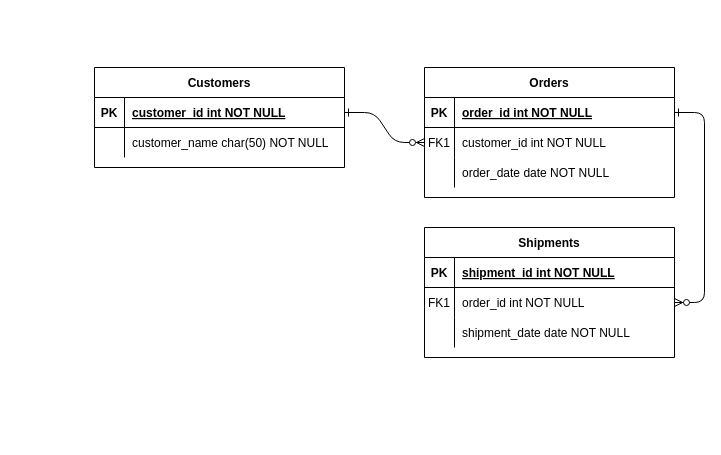
Earlier version of the draw.io diagram diagramas/Diagrama sem nome.drawio (lightdi/controleajuda). Source tidied: cells renumbered, new cells numbered last; positions are measured from the earlier drawing's top-left corner, leaving out a move shared by most shapes. Both pictures are drawn from the tidied source at 100%, with x=0, y=0 at pixel (94, 67).
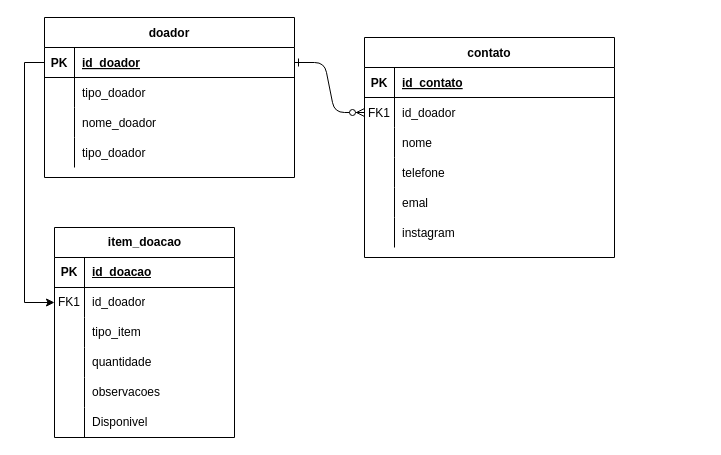
The same page after the edit.

Unchanged cells that the change refers to:
```xml
<mxCell id="5" style="shape=partialRectangle;fillColor=none;points=[[0,0.5],[1,0.5]];portConstraint=eastwest;top=0;left=0;right=0;bottom=1;" parent="4" vertex="1">
  <mxGeometry y="30" width="250" height="30" as="geometry" />
</mxCell>
<mxCell id="8" style="shape=partialRectangle;fillColor=none;points=[[0,0.5],[1,0.5]];portConstraint=eastwest;top=0;left=0;right=0;bottom=0;" parent="4" vertex="1">
  <mxGeometry y="60" width="250" height="30" as="geometry" />
</mxCell>
<mxCell id="11" style="shape=partialRectangle;fillColor=none;top=0;left=0;right=0;bottom=0;" parent="4" vertex="1">
  <mxGeometry y="90" width="250" height="30" as="geometry" />
</mxCell>
<mxCell id="25" style="shape=partialRectangle;fillColor=none;points=[[0,0.5],[1,0.5]];portConstraint=eastwest;top=0;left=0;right=0;bottom=1;" parent="24" vertex="1">
  <mxGeometry y="30" width="250" height="30" as="geometry" />
</mxCell>
<mxCell id="28" style="shape=partialRectangle;fillColor=none;top=0;left=0;right=0;bottom=0;" parent="24" vertex="1">
  <mxGeometry y="60" width="250" height="30" as="geometry" />
</mxCell>
```

The edit, as a diff of the source:
```diff
@@
-    <mxCell id="3" style="edgeStyle=entityRelationEdgeStyle;endArrow=ERzeroToMany;startArrow=ERone;endFill=1;startFill=0;" parent="1" edge="1" source="5" target="18">
-      <mxGeometry relative="1" as="geometry" />
-    </mxCell>
-    <mxCell id="4" value="Orders" style="shape=table;startSize=30;childLayout=tableLayout;rowLines=0;fontStyle=1;align=center;" parent="1" vertex="1">
-      <mxGeometry x="330" width="250" height="130" as="geometry" />
+    <mxCell id="4" value="contato" style="shape=table;startSize=30;childLayout=tableLayout;rowLines=0;fontStyle=1;align=center;" parent="1" vertex="1">
+      <mxGeometry x="270" y="-30" width="250" height="220" as="geometry" />
     </mxCell>
@@
-    <mxCell id="7" value="order_id int NOT NULL " style="shape=partialRectangle;overflow=hidden;fillColor=none;top=0;left=0;bottom=0;right=0;align=left;spacingLeft=6;fontStyle=5;" parent="5" vertex="1">
+    <mxCell id="7" value="id_contato" style="shape=partialRectangle;overflow=hidden;fillColor=none;top=0;left=0;bottom=0;right=0;align=left;spacingLeft=6;fontStyle=5;" parent="5" vertex="1">
       <mxGeometry x="30" width="220" height="30" as="geometry" />
     </mxCell>
@@
-    <mxCell id="10" value="customer_id int NOT NULL" style="shape=partialRectangle;overflow=hidden;fillColor=none;top=0;left=0;bottom=0;right=0;align=left;spacingLeft=6;" parent="8" vertex="1">
+    <mxCell id="10" value="id_doador" style="shape=partialRectangle;overflow=hidden;fillColor=none;top=0;left=0;bottom=0;right=0;align=left;spacingLeft=6;" parent="8" vertex="1">
       <mxGeometry x="30" width="220" height="30" as="geometry" />
     </mxCell>
@@
-    <mxCell id="13" value="order_date date NOT NULL" style="shape=partialRectangle;overflow=hidden;fillColor=none;top=0;left=0;bottom=0;right=0;align=left;spacingLeft=6;" parent="11" vertex="1">
+    <mxCell id="13" value="nome" style="shape=partialRectangle;overflow=hidden;fillColor=none;top=0;left=0;bottom=0;right=0;align=left;spacingLeft=6;" parent="11" vertex="1">
       <mxGeometry x="30" width="220" height="30" as="geometry" />
     </mxCell>
-    <mxCell id="14" value="Shipments" style="shape=table;startSize=30;childLayout=tableLayout;rowLines=0;fontStyle=1;align=center;" parent="1" vertex="1">
-      <mxGeometry x="330" y="160" width="250" height="130" as="geometry" />
-    </mxCell>
-    <mxCell id="15" style="shape=partialRectangle;fillColor=none;top=0;left=0;right=0;bottom=1;" parent="14" vertex="1">
-      <mxGeometry y="30" width="250" height="30" as="geometry" />
-    </mxCell>
-    <mxCell id="16" value="PK" style="shape=partialRectangle;overflow=hidden;fillColor=none;top=0;left=0;bottom=0;right=0;fontStyle=1;" parent="15" vertex="1">
-      <mxGeometry width="30" height="30" as="geometry" />
-    </mxCell>
-    <mxCell id="17" value="shipment_id int NOT NULL " style="shape=partialRectangle;overflow=hidden;fillColor=none;top=0;left=0;bottom=0;right=0;align=left;spacingLeft=6;fontStyle=5;" parent="15" vertex="1">
-      <mxGeometry x="30" width="220" height="30" as="geometry" />
-    </mxCell>
-    <mxCell id="18" style="shape=partialRectangle;fillColor=none;points=[[0,0.5],[1,0.5]];portConstraint=eastwest;top=0;left=0;right=0;bottom=0;" parent="14" vertex="1">
-      <mxGeometry y="60" width="250" height="30" as="geometry" />
-    </mxCell>
-    <mxCell id="19" value="FK1" style="shape=partialRectangle;overflow=hidden;fillColor=none;top=0;left=0;bottom=0;right=0;" parent="18" vertex="1">
-      <mxGeometry width="30" height="30" as="geometry" />
-    </mxCell>
-    <mxCell id="20" value="order_id int NOT NULL" style="shape=partialRectangle;overflow=hidden;fillColor=none;top=0;left=0;bottom=0;right=0;align=left;spacingLeft=6;" parent="18" vertex="1">
-      <mxGeometry x="30" width="220" height="30" as="geometry" />
-    </mxCell>
-    <mxCell id="21" style="shape=partialRectangle;fillColor=none;top=0;left=0;right=0;bottom=0;" parent="14" vertex="1">
-      <mxGeometry y="90" width="250" height="30" as="geometry" />
-    </mxCell>
-    <mxCell id="22" style="shape=partialRectangle;overflow=hidden;fillColor=none;top=0;left=0;bottom=0;right=0;" parent="21" vertex="1">
-      <mxGeometry width="30" height="30" as="geometry" />
-    </mxCell>
-    <mxCell id="23" value="shipment_date date NOT NULL" style="shape=partialRectangle;overflow=hidden;fillColor=none;top=0;left=0;bottom=0;right=0;align=left;spacingLeft=6;" parent="21" vertex="1">
-      <mxGeometry x="30" width="220" height="30" as="geometry" />
-    </mxCell>
+    <mxCell id="31" style="shape=partialRectangle;fillColor=none;top=0;left=0;right=0;bottom=0;" parent="4" vertex="1">
+      <mxGeometry y="120" width="250" height="30" as="geometry" />
+    </mxCell>
+    <mxCell id="32" style="shape=partialRectangle;overflow=hidden;fillColor=none;top=0;left=0;bottom=0;right=0;" parent="31" vertex="1">
+      <mxGeometry width="30" height="30" as="geometry" />
+    </mxCell>
+    <mxCell id="33" value="telefone" style="shape=partialRectangle;overflow=hidden;fillColor=none;top=0;left=0;bottom=0;right=0;align=left;spacingLeft=6;" parent="31" vertex="1">
+      <mxGeometry x="30" width="220" height="30" as="geometry" />
+    </mxCell>
+    <mxCell id="34" style="shape=partialRectangle;fillColor=none;top=0;left=0;right=0;bottom=0;" parent="4" vertex="1">
+      <mxGeometry y="150" width="250" height="30" as="geometry" />
+    </mxCell>
+    <mxCell id="35" style="shape=partialRectangle;overflow=hidden;fillColor=none;top=0;left=0;bottom=0;right=0;" parent="34" vertex="1">
+      <mxGeometry width="30" height="30" as="geometry" />
+    </mxCell>
+    <mxCell id="36" value="emal" style="shape=partialRectangle;overflow=hidden;fillColor=none;top=0;left=0;bottom=0;right=0;align=left;spacingLeft=6;" parent="34" vertex="1">
+      <mxGeometry x="30" width="220" height="30" as="geometry" />
+    </mxCell>
+    <mxCell id="37" style="shape=partialRectangle;fillColor=none;top=0;left=0;right=0;bottom=0;" parent="4" vertex="1">
+      <mxGeometry y="180" width="250" height="30" as="geometry" />
+    </mxCell>
+    <mxCell id="38" style="shape=partialRectangle;overflow=hidden;fillColor=none;top=0;left=0;bottom=0;right=0;" parent="37" vertex="1">
+      <mxGeometry width="30" height="30" as="geometry" />
+    </mxCell>
+    <mxCell id="39" value="instagram" style="shape=partialRectangle;overflow=hidden;fillColor=none;top=0;left=0;bottom=0;right=0;align=left;spacingLeft=6;" parent="37" vertex="1">
+      <mxGeometry x="30" width="220" height="30" as="geometry" />
+    </mxCell>
-    <mxCell id="24" value="Customers" style="shape=table;startSize=30;childLayout=tableLayout;rowLines=0;fontStyle=1;align=center;" parent="1" vertex="1">
-      <mxGeometry width="250" height="100" as="geometry" />
+    <mxCell id="24" value="doador" style="shape=table;startSize=30;childLayout=tableLayout;rowLines=0;fontStyle=1;align=center;" parent="1" vertex="1">
+      <mxGeometry x="-50" y="-50" width="250" height="160" as="geometry" />
     </mxCell>
@@
-    <mxCell id="27" value="customer_id int NOT NULL " style="shape=partialRectangle;overflow=hidden;fillColor=none;top=0;left=0;bottom=0;right=0;align=left;spacingLeft=6;fontStyle=5;" parent="25" vertex="1">
+    <mxCell id="27" value="id_doador" style="shape=partialRectangle;overflow=hidden;fillColor=none;top=0;left=0;bottom=0;right=0;align=left;spacingLeft=6;fontStyle=5;" parent="25" vertex="1">
       <mxGeometry x="30" width="220" height="30" as="geometry" />
     </mxCell>
@@
-    <mxCell id="30" value="customer_name char(50) NOT NULL" style="shape=partialRectangle;overflow=hidden;fillColor=none;top=0;left=0;bottom=0;right=0;align=left;spacingLeft=6;" parent="28" vertex="1">
+    <mxCell id="30" value="tipo_doador" style="shape=partialRectangle;overflow=hidden;fillColor=none;top=0;left=0;bottom=0;right=0;align=left;spacingLeft=6;" parent="28" vertex="1">
       <mxGeometry x="30" width="220" height="30" as="geometry" />
     </mxCell>
+    <mxCell id="21" style="shape=partialRectangle;fillColor=none;top=0;left=0;right=0;bottom=0;" parent="24" vertex="1">
+      <mxGeometry y="90" width="250" height="30" as="geometry" />
+    </mxCell>
+    <mxCell id="40" style="shape=partialRectangle;overflow=hidden;fillColor=none;top=0;left=0;bottom=0;right=0;" parent="21" vertex="1">
+      <mxGeometry width="30" height="30" as="geometry" />
+    </mxCell>
+    <mxCell id="41" value="nome_doador" style="shape=partialRectangle;overflow=hidden;fillColor=none;top=0;left=0;bottom=0;right=0;align=left;spacingLeft=6;" parent="21" vertex="1">
+      <mxGeometry x="30" width="220" height="30" as="geometry" />
+    </mxCell>
+    <mxCell id="42" style="shape=partialRectangle;fillColor=none;top=0;left=0;right=0;bottom=0;" parent="24" vertex="1">
+      <mxGeometry y="120" width="250" height="30" as="geometry" />
+    </mxCell>
+    <mxCell id="43" style="shape=partialRectangle;overflow=hidden;fillColor=none;top=0;left=0;bottom=0;right=0;" parent="42" vertex="1">
+      <mxGeometry width="30" height="30" as="geometry" />
+    </mxCell>
+    <mxCell id="44" value="tipo_doador" style="shape=partialRectangle;overflow=hidden;fillColor=none;top=0;left=0;bottom=0;right=0;align=left;spacingLeft=6;" parent="42" vertex="1">
+      <mxGeometry x="30" width="220" height="30" as="geometry" />
+    </mxCell>
+    <mxCell id="45" value="item_doacao" style="shape=table;startSize=30;childLayout=tableLayout;rowLines=0;fontStyle=1;align=center;html=1;" parent="1" vertex="1">
+      <mxGeometry x="-40" y="160" width="180" height="210" as="geometry" />
+    </mxCell>
+    <mxCell id="46" style="shape=tableRow;horizontal=0;startSize=0;swimlaneHead=0;swimlaneBody=0;fillColor=none;top=0;left=0;right=0;bottom=1;" parent="45" vertex="1">
+      <mxGeometry y="30" width="180" height="30" as="geometry" />
+    </mxCell>
+    <mxCell id="16" value="PK" style="shape=partialRectangle;fillColor=none;top=0;left=0;bottom=0;right=0;fontStyle=1;overflow=hidden;whiteSpace=wrap;html=1;" parent="46" vertex="1">
+      <mxGeometry width="30" height="30" as="geometry" />
+    </mxCell>
+    <mxCell id="47" value="id_doacao" style="shape=partialRectangle;fillColor=none;top=0;left=0;bottom=0;right=0;align=left;spacingLeft=6;fontStyle=5;overflow=hidden;whiteSpace=wrap;html=1;" parent="46" vertex="1">
+      <mxGeometry x="30" width="150" height="30" as="geometry" />
+    </mxCell>
+    <mxCell id="48" style="shape=tableRow;horizontal=0;startSize=0;swimlaneHead=0;swimlaneBody=0;fillColor=none;points=[[0,0.5],[1,0.5]];portConstraint=eastwest;top=0;left=0;right=0;bottom=0;" parent="45" vertex="1">
+      <mxGeometry y="60" width="180" height="30" as="geometry" />
+    </mxCell>
+    <mxCell id="19" value="FK1" style="shape=partialRectangle;fillColor=none;top=0;left=0;bottom=0;right=0;overflow=hidden;whiteSpace=wrap;html=1;" parent="48" vertex="1">
+      <mxGeometry width="30" height="30" as="geometry" />
+    </mxCell>
+    <mxCell id="49" value="id_doador" style="shape=partialRectangle;fillColor=none;top=0;left=0;bottom=0;right=0;align=left;spacingLeft=6;overflow=hidden;whiteSpace=wrap;html=1;" parent="48" vertex="1">
+      <mxGeometry x="30" width="150" height="30" as="geometry" />
+    </mxCell>
+    <mxCell id="50" style="shape=tableRow;horizontal=0;startSize=0;swimlaneHead=0;swimlaneBody=0;fillColor=none;top=0;left=0;right=0;bottom=0;" parent="45" vertex="1">
+      <mxGeometry y="90" width="180" height="30" as="geometry" />
+    </mxCell>
+    <mxCell id="51" style="shape=partialRectangle;fillColor=none;top=0;left=0;bottom=0;right=0;overflow=hidden;whiteSpace=wrap;html=1;" parent="50" vertex="1">
+      <mxGeometry width="30" height="30" as="geometry" />
+    </mxCell>
+    <mxCell id="52" value="tipo_item" style="shape=partialRectangle;fillColor=none;top=0;left=0;bottom=0;right=0;align=left;spacingLeft=6;overflow=hidden;whiteSpace=wrap;html=1;" parent="50" vertex="1">
+      <mxGeometry x="30" width="150" height="30" as="geometry" />
+    </mxCell>
+    <mxCell id="53" style="shape=tableRow;horizontal=0;startSize=0;swimlaneHead=0;swimlaneBody=0;fillColor=none;top=0;left=0;right=0;bottom=0;" parent="45" vertex="1">
+      <mxGeometry y="120" width="180" height="30" as="geometry" />
+    </mxCell>
+    <mxCell id="54" style="shape=partialRectangle;fillColor=none;top=0;left=0;bottom=0;right=0;overflow=hidden;whiteSpace=wrap;html=1;" parent="53" vertex="1">
+      <mxGeometry width="30" height="30" as="geometry" />
+    </mxCell>
+    <mxCell id="55" value="quantidade" style="shape=partialRectangle;fillColor=none;top=0;left=0;bottom=0;right=0;align=left;spacingLeft=6;overflow=hidden;whiteSpace=wrap;html=1;" parent="53" vertex="1">
+      <mxGeometry x="30" width="150" height="30" as="geometry" />
+    </mxCell>
+    <mxCell id="56" style="shape=tableRow;horizontal=0;startSize=0;swimlaneHead=0;swimlaneBody=0;fillColor=none;top=0;left=0;right=0;bottom=0;" parent="45" vertex="1">
+      <mxGeometry y="150" width="180" height="30" as="geometry" />
+    </mxCell>
+    <mxCell id="57" style="shape=partialRectangle;fillColor=none;top=0;left=0;bottom=0;right=0;overflow=hidden;whiteSpace=wrap;html=1;" parent="56" vertex="1">
+      <mxGeometry width="30" height="30" as="geometry" />
+    </mxCell>
+    <mxCell id="58" value="observacoes" style="shape=partialRectangle;fillColor=none;top=0;left=0;bottom=0;right=0;align=left;spacingLeft=6;overflow=hidden;whiteSpace=wrap;html=1;" parent="56" vertex="1">
+      <mxGeometry x="30" width="150" height="30" as="geometry" />
+    </mxCell>
+    <mxCell id="59" style="shape=tableRow;horizontal=0;startSize=0;swimlaneHead=0;swimlaneBody=0;fillColor=none;top=0;left=0;right=0;bottom=0;" parent="45" vertex="1">
+      <mxGeometry y="180" width="180" height="30" as="geometry" />
+    </mxCell>
+    <mxCell id="60" style="shape=partialRectangle;fillColor=none;top=0;left=0;bottom=0;right=0;overflow=hidden;whiteSpace=wrap;html=1;" parent="59" vertex="1">
+      <mxGeometry width="30" height="30" as="geometry" />
+    </mxCell>
+    <mxCell id="61" value="Disponivel" style="shape=partialRectangle;fillColor=none;top=0;left=0;bottom=0;right=0;align=left;spacingLeft=6;overflow=hidden;whiteSpace=wrap;html=1;" parent="59" vertex="1">
+      <mxGeometry x="30" width="150" height="30" as="geometry" />
+    </mxCell>
+    <mxCell id="62" style="edgeStyle=orthogonalEdgeStyle;rounded=0;jettySize=auto;html=1;entryX=0;entryY=0.5;entryDx=0;entryDy=0;" parent="1" edge="1" source="25" target="48">
+      <mxGeometry relative="1" as="geometry" />
+    </mxCell>
```
